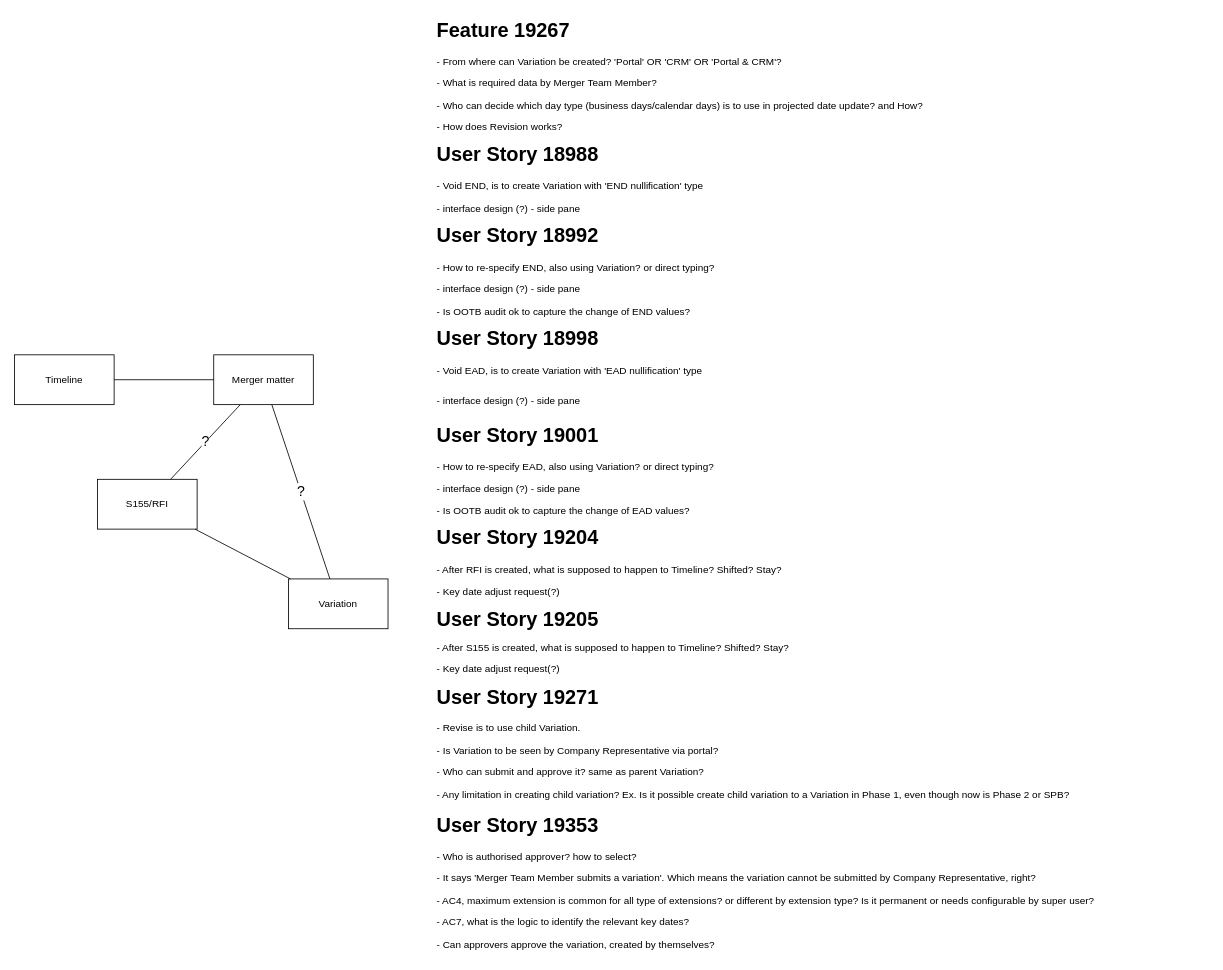
Earlier version of the draw.io diagram page "Timeline" (14 of 15) of Merger.drawio (danieldotskc/helloworld). Source tidied: cells renumbered, new cells numbered last; positions are measured from the earlier drawing's top-left corner, leaving out a move shared by most shapes. Both pictures are drawn from the tidied source at 83%, with x=0, y=0 at pixel (14, 14).
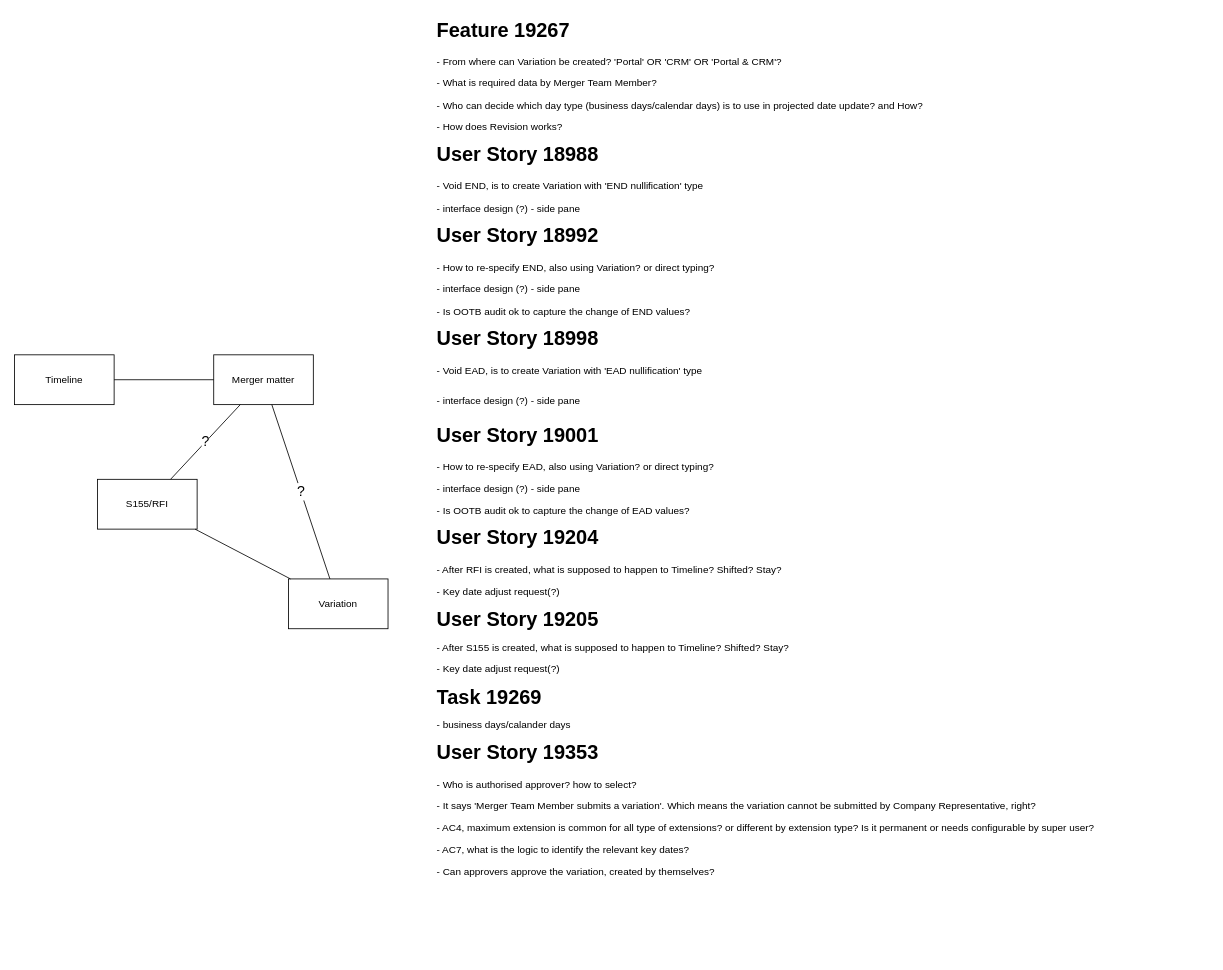
After the change.

Change to the diagram source:
```diff
@@
 <mxGraphModel>
   <root>
     <mxCell id="0" />
     <mxCell id="1" parent="0" />
     <mxCell id="2" value="Timeline" style="rounded=0;whiteSpace=wrap;html=1;" parent="1" vertex="1">
       <mxGeometry y="410" width="120" height="60" as="geometry" />
     </mxCell>
     <mxCell id="3" value="Variation" style="rounded=0;whiteSpace=wrap;html=1;" parent="1" vertex="1">
       <mxGeometry x="330" y="680" width="120" height="60" as="geometry" />
     </mxCell>
     <mxCell id="4" value="Merger matter" style="rounded=0;whiteSpace=wrap;html=1;" parent="1" vertex="1">
       <mxGeometry x="240" y="410" width="120" height="60" as="geometry" />
     </mxCell>
     <mxCell id="5" value="?" style="endArrow=none;html=1;rounded=0;fontSize=17;" parent="1" edge="1" source="3" target="4">
       <mxGeometry relative="1" as="geometry" />
     </mxCell>
     <mxCell id="6" style="endArrow=none;html=1;rounded=0;" parent="1" edge="1" source="2" target="4">
       <mxGeometry relative="1" as="geometry" />
     </mxCell>
-    <mxCell id="7" value="&lt;h1 style=&quot;margin-top: 0px;&quot;&gt;Feature 19267&lt;/h1&gt;&lt;p&gt;- From where can Variation be created? 'Portal' OR 'CRM' OR 'Portal &amp;amp; CRM'?&amp;nbsp;&lt;/p&gt;&lt;p&gt;- What is required data by Merger Team Member?&lt;/p&gt;&lt;p&gt;- Who can decide which day type (business days/calendar days) is to use in projected date update? and How?&lt;/p&gt;&lt;p&gt;- How does Revision works?&lt;/p&gt;&lt;h1 style=&quot;margin-top: 0px;&quot;&gt;User Story 18988&lt;/h1&gt;&lt;p&gt;- Void END, is to create Variation with 'END nullification' type&lt;/p&gt;&lt;p&gt;- interface design (?) - side pane&lt;/p&gt;&lt;h1 style=&quot;margin-top: 0px;&quot;&gt;&lt;span style=&quot;background-color: transparent; color: light-dark(rgb(0, 0, 0), rgb(255, 255, 255));&quot;&gt;User Story 18992&lt;/span&gt;&lt;/h1&gt;&lt;p&gt;- How to re-specify END, also using Variation? or direct typing?&lt;/p&gt;&lt;p&gt;- interface design (?) - side pane&lt;/p&gt;&lt;p&gt;- Is OOTB audit ok to capture the change of END values?&lt;/p&gt;&lt;h1 style=&quot;margin-top: 0px;&quot;&gt;User Story 18998&lt;/h1&gt;&lt;p&gt;- Void EAD, is to create Variation with 'EAD nullification' type&lt;/p&gt;&lt;h1 style=&quot;margin-top: 0px;&quot;&gt;&lt;span style=&quot;background-color: transparent; color: light-dark(rgb(0, 0, 0), rgb(255, 255, 255)); font-size: 12px; font-weight: normal;&quot;&gt;- interface design (?) - side pane&lt;/span&gt;&lt;/h1&gt;&lt;h1 style=&quot;margin-top: 0px;&quot;&gt;&lt;span style=&quot;background-color: transparent; color: light-dark(rgb(0, 0, 0), rgb(255, 255, 255));&quot;&gt;&lt;font&gt;User Story 19001&lt;/font&gt;&lt;/span&gt;&lt;/h1&gt;&lt;p&gt;- How to re-specify EAD, also using Variation? or direct typing?&lt;/p&gt;&lt;p&gt;- interface design (?) - side pane&lt;/p&gt;&lt;p&gt;- Is OOTB audit ok to capture the change of EAD values?&lt;/p&gt;&lt;h1 style=&quot;margin-top: 0px;&quot;&gt;User Story 19204&lt;/h1&gt;&lt;p&gt;- A&lt;span style=&quot;background-color: transparent; color: light-dark(rgb(0, 0, 0), rgb(255, 255, 255));&quot;&gt;fter RFI is created, w&lt;/span&gt;&lt;span style=&quot;background-color: transparent; color: light-dark(rgb(0, 0, 0), rgb(255, 255, 255));&quot;&gt;hat is supposed to happen to Timeline? Shifted? Stay?&lt;/span&gt;&lt;/p&gt;&lt;p&gt;&lt;span style=&quot;background-color: transparent; color: light-dark(rgb(0, 0, 0), rgb(255, 255, 255));&quot;&gt;- Key date adjust request(?)&lt;/span&gt;&lt;/p&gt;&lt;p&gt;&lt;span style=&quot;background-color: transparent; color: light-dark(rgb(0, 0, 0), rgb(255, 255, 255));&quot;&gt;&lt;b&gt;&lt;font style=&quot;font-size: 24px;&quot;&gt;User Story 19205&lt;/font&gt;&lt;/b&gt;&lt;/span&gt;&lt;/p&gt;&lt;p&gt;- A&lt;span style=&quot;background-color: transparent; color: light-dark(rgb(0, 0, 0), rgb(255, 255, 255));&quot;&gt;fter S155 is created, w&lt;/span&gt;&lt;span style=&quot;background-color: transparent; color: light-dark(rgb(0, 0, 0), rgb(255, 255, 255));&quot;&gt;hat is supposed to happen to Timeline? Shifted? Stay?&lt;/span&gt;&lt;/p&gt;&lt;p&gt;&lt;span style=&quot;background-color: transparent; color: light-dark(rgb(0, 0, 0), rgb(255, 255, 255));&quot;&gt;- Key date adjust request(?)&lt;/span&gt;&lt;/p&gt;&lt;h1 style=&quot;margin-top: 0px;&quot;&gt;User Story 19271&lt;/h1&gt;&lt;h1 style=&quot;margin-top: 0px;&quot;&gt;&lt;p style=&quot;font-size: 12px; font-weight: 400;&quot;&gt;- Revise is to use child Variation.&lt;/p&gt;&lt;p style=&quot;font-size: 12px; font-weight: 400;&quot;&gt;- Is Variation to be seen by Company Representative via portal?&lt;/p&gt;&lt;p style=&quot;font-size: 12px; font-weight: 400;&quot;&gt;- Who can submit and approve it? same as parent Variation?&lt;/p&gt;&lt;p style=&quot;font-size: 12px; font-weight: 400;&quot;&gt;- Any limitation in creating child variation? Ex. Is it possible create child variation to a Variation in Phase 1, even though now is Phase 2 or SPB?&lt;/p&gt;&lt;/h1&gt;&lt;h1 style=&quot;margin-top: 0px;&quot;&gt;User Story 19353&lt;/h1&gt;&lt;h1 style=&quot;margin-top: 0px;&quot;&gt;&lt;p style=&quot;font-size: 12px; font-weight: 400;&quot;&gt;- Who is authorised approver? how to select?&amp;nbsp;&lt;/p&gt;&lt;p style=&quot;font-size: 12px; font-weight: 400;&quot;&gt;- It says 'Merger Team Member submits a variation'. Which means the variation cannot be submitted by Company Representative, right?&lt;/p&gt;&lt;p style=&quot;font-size: 12px; font-weight: 400;&quot;&gt;- AC4, maximum extension is common for all type of extensions? or different by extension type? Is it permanent or needs configurable by super user?&lt;/p&gt;&lt;p style=&quot;font-size: 12px; font-weight: 400;&quot;&gt;- AC7, what is the logic to identify the relevant key dates?&lt;/p&gt;&lt;p style=&quot;font-size: 12px; font-weight: 400;&quot;&gt;- Can approvers approve the variation, created by themselves?&lt;/p&gt;&lt;div&gt;&lt;br&gt;&lt;/div&gt;&lt;/h1&gt;" style="text;html=1;whiteSpace=wrap;overflow=hidden;rounded=0;spacing=0;" parent="1" vertex="1">
+    <mxCell id="7" value="&lt;h1 style=&quot;margin-top: 0px;&quot;&gt;Feature 19267&lt;/h1&gt;&lt;p&gt;- From where can Variation be created? 'Portal' OR 'CRM' OR 'Portal &amp;amp; CRM'?&amp;nbsp;&lt;/p&gt;&lt;p&gt;- What is required data by Merger Team Member?&lt;/p&gt;&lt;p&gt;- Who can decide which day type (business days/calendar days) is to use in projected date update? and How?&lt;/p&gt;&lt;p&gt;- How does Revision works?&lt;/p&gt;&lt;h1 style=&quot;margin-top: 0px;&quot;&gt;User Story 18988&lt;/h1&gt;&lt;p&gt;- Void END, is to create Variation with 'END nullification' type&lt;/p&gt;&lt;p&gt;- interface design (?) - side pane&lt;/p&gt;&lt;h1 style=&quot;margin-top: 0px;&quot;&gt;&lt;span style=&quot;background-color: transparent; color: light-dark(rgb(0, 0, 0), rgb(255, 255, 255));&quot;&gt;User Story 18992&lt;/span&gt;&lt;/h1&gt;&lt;p&gt;- How to re-specify END, also using Variation? or direct typing?&lt;/p&gt;&lt;p&gt;- interface design (?) - side pane&lt;/p&gt;&lt;p&gt;- Is OOTB audit ok to capture the change of END values?&lt;/p&gt;&lt;h1 style=&quot;margin-top: 0px;&quot;&gt;User Story 18998&lt;/h1&gt;&lt;p&gt;- Void EAD, is to create Variation with 'EAD nullification' type&lt;/p&gt;&lt;h1 style=&quot;margin-top: 0px;&quot;&gt;&lt;span style=&quot;background-color: transparent; color: light-dark(rgb(0, 0, 0), rgb(255, 255, 255)); font-size: 12px; font-weight: normal;&quot;&gt;- interface design (?) - side pane&lt;/span&gt;&lt;/h1&gt;&lt;h1 style=&quot;margin-top: 0px;&quot;&gt;&lt;span style=&quot;background-color: transparent; color: light-dark(rgb(0, 0, 0), rgb(255, 255, 255));&quot;&gt;&lt;font&gt;User Story 19001&lt;/font&gt;&lt;/span&gt;&lt;/h1&gt;&lt;p&gt;- How to re-specify EAD, also using Variation? or direct typing?&lt;/p&gt;&lt;p&gt;- interface design (?) - side pane&lt;/p&gt;&lt;p&gt;- Is OOTB audit ok to capture the change of EAD values?&lt;/p&gt;&lt;h1 style=&quot;margin-top: 0px;&quot;&gt;User Story 19204&lt;/h1&gt;&lt;p&gt;- A&lt;span style=&quot;background-color: transparent; color: light-dark(rgb(0, 0, 0), rgb(255, 255, 255));&quot;&gt;fter RFI is created, w&lt;/span&gt;&lt;span style=&quot;background-color: transparent; color: light-dark(rgb(0, 0, 0), rgb(255, 255, 255));&quot;&gt;hat is supposed to happen to Timeline? Shifted? Stay?&lt;/span&gt;&lt;/p&gt;&lt;p&gt;&lt;span style=&quot;background-color: transparent; color: light-dark(rgb(0, 0, 0), rgb(255, 255, 255));&quot;&gt;- Key date adjust request(?)&lt;/span&gt;&lt;/p&gt;&lt;p&gt;&lt;span style=&quot;background-color: transparent; color: light-dark(rgb(0, 0, 0), rgb(255, 255, 255));&quot;&gt;&lt;b&gt;&lt;font style=&quot;font-size: 24px;&quot;&gt;User Story 19205&lt;/font&gt;&lt;/b&gt;&lt;/span&gt;&lt;/p&gt;&lt;p&gt;- A&lt;span style=&quot;background-color: transparent; color: light-dark(rgb(0, 0, 0), rgb(255, 255, 255));&quot;&gt;fter S155 is created, w&lt;/span&gt;&lt;span style=&quot;background-color: transparent; color: light-dark(rgb(0, 0, 0), rgb(255, 255, 255));&quot;&gt;hat is supposed to happen to Timeline? Shifted? Stay?&lt;/span&gt;&lt;/p&gt;&lt;p&gt;&lt;span style=&quot;background-color: transparent; color: light-dark(rgb(0, 0, 0), rgb(255, 255, 255));&quot;&gt;- Key date adjust request(?)&lt;/span&gt;&lt;/p&gt;&lt;p&gt;&lt;span style=&quot;background-color: transparent; color: light-dark(rgb(0, 0, 0), rgb(255, 255, 255));&quot;&gt;&lt;b&gt;&lt;font style=&quot;font-size: 24px;&quot;&gt;Task 19269&lt;/font&gt;&lt;/b&gt;&lt;/span&gt;&lt;/p&gt;&lt;p&gt;&lt;span style=&quot;background-color: transparent; color: light-dark(rgb(0, 0, 0), rgb(255, 255, 255));&quot;&gt;&lt;font style=&quot;&quot;&gt;- business days/calander days&lt;/font&gt;&lt;/span&gt;&lt;/p&gt;&lt;h1 style=&quot;margin-top: 0px;&quot;&gt;User Story 19353&lt;/h1&gt;&lt;h1 style=&quot;margin-top: 0px;&quot;&gt;&lt;p style=&quot;font-size: 12px; font-weight: 400;&quot;&gt;- Who is authorised approver? how to select?&amp;nbsp;&lt;/p&gt;&lt;p style=&quot;font-size: 12px; font-weight: 400;&quot;&gt;- It says 'Merger Team Member submits a variation'. Which means the variation cannot be submitted by Company Representative, right?&lt;/p&gt;&lt;p style=&quot;font-size: 12px; font-weight: 400;&quot;&gt;- AC4, maximum extension is common for all type of extensions? or different by extension type? Is it permanent or needs configurable by super user?&lt;/p&gt;&lt;p style=&quot;font-size: 12px; font-weight: 400;&quot;&gt;- AC7, what is the logic to identify the relevant key dates?&lt;/p&gt;&lt;p style=&quot;font-size: 12px; font-weight: 400;&quot;&gt;- Can approvers approve the variation, created by themselves?&lt;/p&gt;&lt;div&gt;&lt;br&gt;&lt;/div&gt;&lt;/h1&gt;" style="text;html=1;whiteSpace=wrap;overflow=hidden;rounded=0;spacing=0;" parent="1" vertex="1">
       <mxGeometry x="509" width="930" height="1130" as="geometry" />
     </mxCell>
     <mxCell id="8" value="S155/RFI" style="rounded=0;whiteSpace=wrap;html=1;" parent="1" vertex="1">
       <mxGeometry x="100" y="560" width="120" height="60" as="geometry" />
     </mxCell>
     <mxCell id="9" value="?" style="endArrow=none;html=1;rounded=0;fontSize=17;" parent="1" edge="1" source="8" target="4">
       <mxGeometry relative="1" as="geometry" />
     </mxCell>
     <mxCell id="10" style="endArrow=none;html=1;rounded=0;" parent="1" edge="1" source="3" target="8">
       <mxGeometry relative="1" as="geometry" />
     </mxCell>
   </root>
 </mxGraphModel>
```
